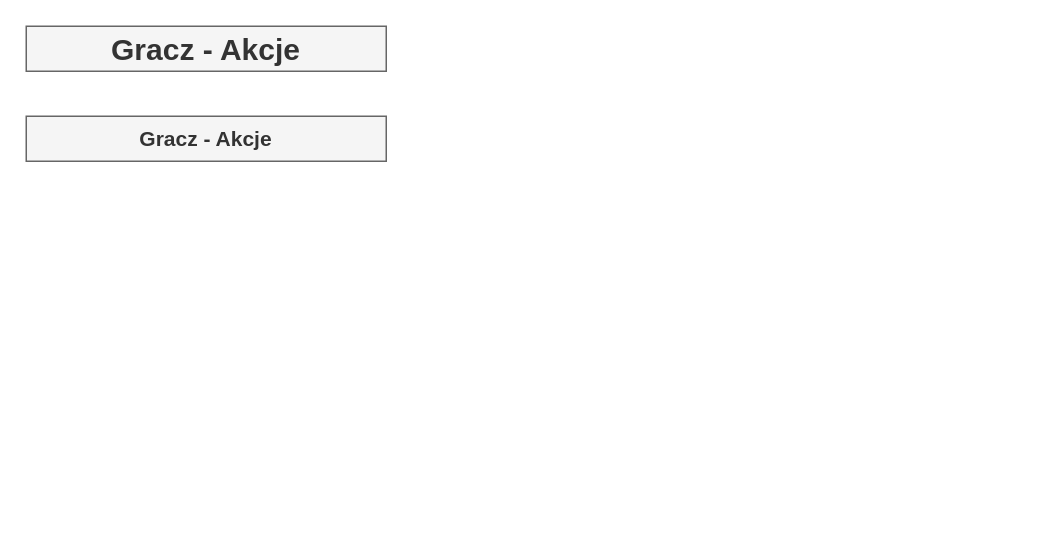
Before: page "Gracz" (5 of 9) of gameChanger.drawio in piotreczek5/GameChanger, a draw.io diagram. Source tidied: cells renumbered, new cells numbered last; positions are measured from the earlier drawing's top-left corner, leaving out a move shared by most shapes. Both pictures are drawn from the tidied source at 150%, with x=0, y=0 at pixel (26, 26).
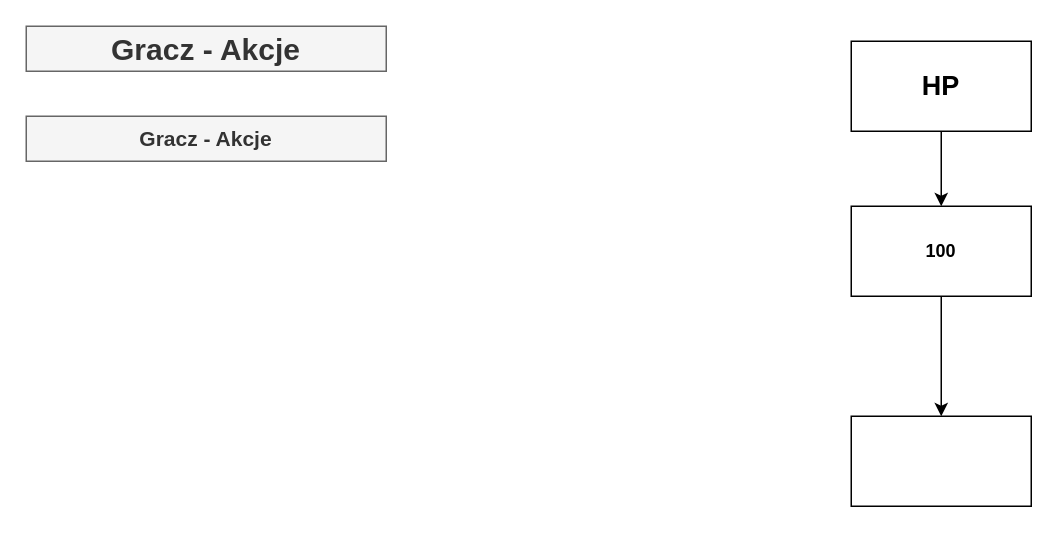
The same diagram, later.

Change to the diagram source:
```diff
@@
 <mxGraphModel>
   <root>
     <mxCell id="0" />
     <mxCell id="1" parent="0" />
     <mxCell id="2" value="Gracz - Akcje" style="text;html=1;strokeColor=#666666;fillColor=#f5f5f5;align=center;verticalAlign=middle;whiteSpace=wrap;rounded=0;fontSize=20;fontColor=#333333;fontStyle=1;" parent="1" vertex="1">
       <mxGeometry width="240" height="30" as="geometry" />
     </mxCell>
     <mxCell id="3" value="Gracz - Akcje" style="text;html=1;strokeColor=#666666;fillColor=#f5f5f5;align=center;verticalAlign=middle;whiteSpace=wrap;rounded=0;fontSize=14;fontColor=#333333;fontStyle=1;" parent="1" vertex="1">
       <mxGeometry y="60" width="240" height="30" as="geometry" />
     </mxCell>
+    <mxCell id="4" style="edgeStyle=orthogonalEdgeStyle;rounded=0;jettySize=auto;html=1;" parent="1" edge="1" source="5" target="7">
+      <mxGeometry relative="1" as="geometry" />
+    </mxCell>
+    <mxCell id="5" value="&lt;font style=&quot;font-size: 18px&quot;&gt;&lt;b&gt;HP&lt;/b&gt;&lt;/font&gt;" style="whiteSpace=wrap;html=1;" parent="1" vertex="1">
+      <mxGeometry x="550" y="10" width="120" height="60" as="geometry" />
+    </mxCell>
+    <mxCell id="6" style="edgeStyle=orthogonalEdgeStyle;rounded=0;jettySize=auto;html=1;" parent="1" edge="1" source="7" target="8">
+      <mxGeometry relative="1" as="geometry" />
+    </mxCell>
+    <mxCell id="7" value="&lt;b&gt;100&lt;/b&gt;" style="whiteSpace=wrap;html=1;" parent="1" vertex="1">
+      <mxGeometry x="550" y="120" width="120" height="60" as="geometry" />
+    </mxCell>
+    <mxCell id="8" style="whiteSpace=wrap;html=1;" parent="1" vertex="1">
+      <mxGeometry x="550" y="260" width="120" height="60" as="geometry" />
+    </mxCell>
   </root>
 </mxGraphModel>
```
